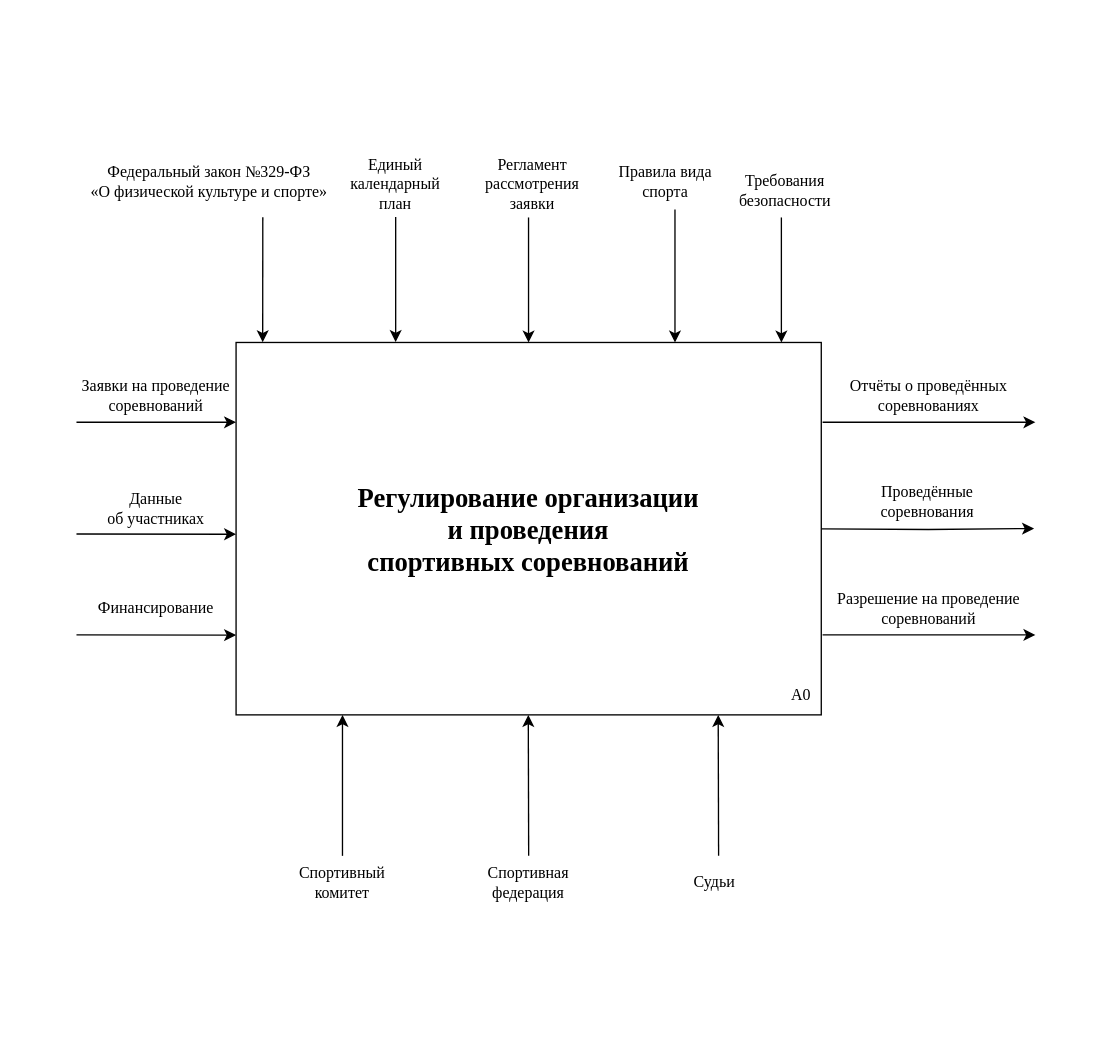
Before: page "IDEF0 (контекстная)" (1 of 11) of Диаграммы ИС «Спортивный комитет».drawio in antonch985/Education, a draw.io diagram. Source tidied: cells renumbered, new cells numbered last; positions are measured from the earlier drawing's top-left corner, leaving out a move shared by most shapes. Both pictures are drawn from the tidied source at 133%, with x=0, y=0 at pixel (76, 145).
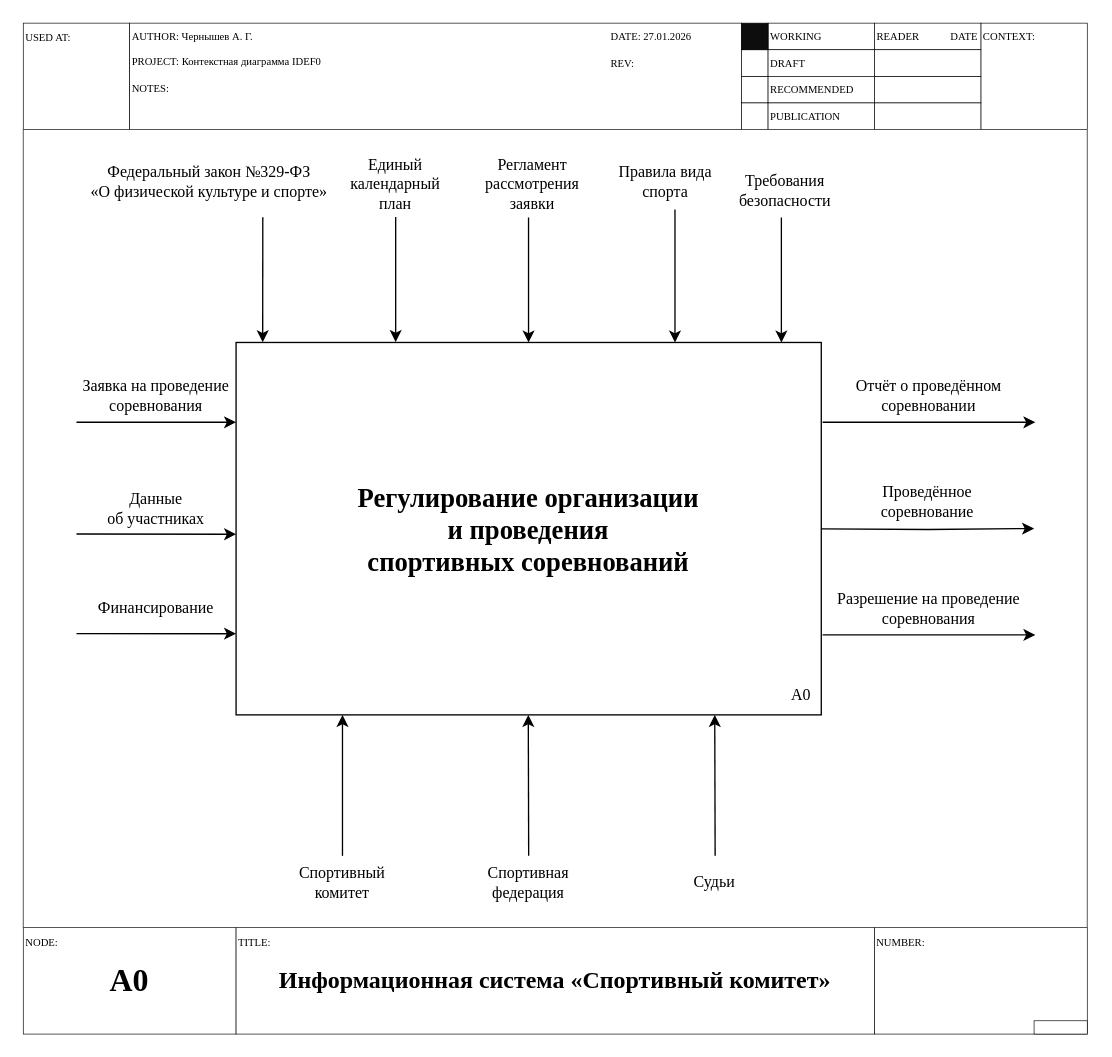
The same diagram, later.

Change to the diagram source:
```diff
@@
-    <mxCell id="15" value="Заявки на проведение соревнований" style="text;html=1;whiteSpace=wrap;strokeColor=none;fillColor=none;align=center;verticalAlign=middle;rounded=0;fontFamily=Times New Roman;" parent="1" vertex="1">
+    <mxCell id="15" value="Заявка на проведение соревнования" style="text;html=1;whiteSpace=wrap;strokeColor=none;fillColor=none;align=center;verticalAlign=middle;rounded=0;fontFamily=Times New Roman;" parent="1" vertex="1">
       <mxGeometry y="168" width="120" height="40" as="geometry" />
     </mxCell>
-    <mxCell id="16" value="Отчёты о проведённых соревнованиях" style="text;html=1;whiteSpace=wrap;strokeColor=none;fillColor=none;align=center;verticalAlign=middle;rounded=0;fontFamily=Times New Roman;" parent="1" vertex="1">
+    <mxCell id="16" value="Отчёт о проведённом соревновании" style="text;html=1;whiteSpace=wrap;strokeColor=none;fillColor=none;align=center;verticalAlign=middle;rounded=0;fontFamily=Times New Roman;" parent="1" vertex="1">
       <mxGeometry x="561" y="168" width="160" height="40" as="geometry" />
     </mxCell>
@@
-    <mxCell id="20" value="Проведённые&lt;div&gt;соревнования&lt;/div&gt;" style="text;html=1;whiteSpace=wrap;strokeColor=none;fillColor=none;align=center;verticalAlign=middle;rounded=0;fontFamily=Times New Roman;" parent="1" vertex="1">
+    <mxCell id="20" value="Проведённое&lt;div&gt;соревнование&lt;/div&gt;" style="text;html=1;whiteSpace=wrap;strokeColor=none;fillColor=none;align=center;verticalAlign=middle;rounded=0;fontFamily=Times New Roman;" parent="1" vertex="1">
       <mxGeometry x="560" y="248" width="160" height="40" as="geometry" />
     </mxCell>
@@
-    <mxCell id="24" value="Разрешение на проведение соревнований" style="text;html=1;whiteSpace=wrap;strokeColor=none;fillColor=none;align=center;verticalAlign=middle;rounded=0;fontFamily=Times New Roman;" parent="1" vertex="1">
+    <mxCell id="24" value="Разрешение на проведение соревнования" style="text;html=1;whiteSpace=wrap;strokeColor=none;fillColor=none;align=center;verticalAlign=middle;rounded=0;fontFamily=Times New Roman;" parent="1" vertex="1">
       <mxGeometry x="561" y="327.9" width="160" height="40" as="geometry" />
     </mxCell>
@@
-    <mxCell id="26" style="endArrow=classic;html=1;rounded=0;entryX=0;entryY=0.5;entryDx=0;entryDy=0;fontFamily=Times New Roman;" parent="1" edge="1">
-      <mxGeometry relative="1" as="geometry">
-        <mxPoint y="367.9" as="sourcePoint" />
-        <mxPoint x="120" y="368" as="targetPoint" />
-      </mxGeometry>
-    </mxCell>
-    <mxCell id="27" value="Финансирование" style="text;html=1;whiteSpace=wrap;strokeColor=none;fillColor=none;align=center;verticalAlign=middle;rounded=0;fontFamily=Times New Roman;" parent="1" vertex="1">
-      <mxGeometry y="327.9" width="120" height="40" as="geometry" />
-    </mxCell>
     <mxCell id="28" style="endArrow=classic;html=1;rounded=0;entryX=0.25;entryY=1;entryDx=0;entryDy=0;fontFamily=Times New Roman;" parent="1" edge="1">
       <mxGeometry relative="1" as="geometry">
-        <mxPoint x="482.8" y="534" as="sourcePoint" />
-        <mxPoint x="482.5" y="428" as="targetPoint" />
+        <mxPoint x="480.2" y="534" as="sourcePoint" />
+        <mxPoint x="479.9" y="428" as="targetPoint" />
       </mxGeometry>
     </mxCell>
@@
+    <mxCell id="32" style="endArrow=none;html=1;rounded=0;strokeWidth=0.5;fontFamily=Times New Roman;entryX=0;entryY=1;entryDx=0;entryDy=0;exitX=0;exitY=0;exitDx=0;exitDy=0;" parent="1" edge="1" source="34" target="42">
+      <mxGeometry relative="1" as="geometry" />
+    </mxCell>
+    <mxCell id="33" style="endArrow=none;html=1;rounded=0;strokeWidth=0.5;exitX=1;exitY=0;exitDx=0;exitDy=0;fontFamily=Times New Roman;entryX=1;entryY=1;entryDx=0;entryDy=0;" parent="1" edge="1" source="36" target="41">
+      <mxGeometry relative="1" as="geometry" />
+    </mxCell>
+    <mxCell id="34" value="A0" style="rounded=0;whiteSpace=wrap;html=1;strokeWidth=0.5;fontSize=24;fontFamily=Times New Roman;fontStyle=1;" parent="1" vertex="1">
+      <mxGeometry x="-40" y="588" width="160" height="80" as="geometry" />
+    </mxCell>
+    <mxCell id="35" value="Информационная система «Спортивный комитет»" style="rounded=0;whiteSpace=wrap;html=1;strokeWidth=0.5;fontSize=18;fontFamily=Times New Roman;fontStyle=1;" parent="1" vertex="1">
+      <mxGeometry x="120" y="588" width="480" height="80" as="geometry" />
+    </mxCell>
+    <mxCell id="36" style="rounded=0;whiteSpace=wrap;html=1;strokeWidth=0.5;fontSize=24;fontFamily=Times New Roman;" parent="1" vertex="1">
+      <mxGeometry x="600" y="588" width="160" height="80" as="geometry" />
+    </mxCell>
+    <mxCell id="37" value="&lt;font style=&quot;font-size: 8px;&quot;&gt;NODE:&lt;/font&gt;" style="text;html=1;whiteSpace=wrap;strokeColor=none;fillColor=none;align=left;verticalAlign=middle;rounded=0;fontFamily=Times New Roman;" parent="1" vertex="1">
+      <mxGeometry x="-40" y="588" width="30" height="20" as="geometry" />
+    </mxCell>
+    <mxCell id="38" value="&lt;span style=&quot;font-size: 8px;&quot;&gt;TITLE:&lt;/span&gt;" style="text;html=1;whiteSpace=wrap;strokeColor=none;fillColor=none;align=left;verticalAlign=middle;rounded=0;fontFamily=Times New Roman;" parent="1" vertex="1">
+      <mxGeometry x="120" y="588" width="30" height="20" as="geometry" />
+    </mxCell>
+    <mxCell id="39" value="&lt;span style=&quot;font-size: 8px;&quot;&gt;NUMBER:&lt;/span&gt;" style="text;html=1;whiteSpace=wrap;strokeColor=none;fillColor=none;align=center;verticalAlign=middle;rounded=0;fontFamily=Times New Roman;" parent="1" vertex="1">
+      <mxGeometry x="600" y="588" width="40" height="20" as="geometry" />
+    </mxCell>
+    <mxCell id="40" style="rounded=0;whiteSpace=wrap;html=1;strokeWidth=0.5;fontFamily=Times New Roman;" parent="1" vertex="1">
+      <mxGeometry x="720" y="658" width="40" height="10" as="geometry" />
+    </mxCell>
+    <mxCell id="41" style="rounded=0;whiteSpace=wrap;html=1;strokeWidth=0.5;fontSize=24;fontFamily=Times New Roman;" parent="1" vertex="1">
+      <mxGeometry x="680" y="-92.1" width="80" height="80" as="geometry" />
+    </mxCell>
+    <mxCell id="42" style="rounded=0;whiteSpace=wrap;html=1;strokeWidth=0.5;fontFamily=Times New Roman;" parent="1" vertex="1">
+      <mxGeometry x="-40" y="-92.1" width="80" height="80" as="geometry" />
+    </mxCell>
+    <mxCell id="43" style="rounded=0;whiteSpace=wrap;html=1;strokeWidth=0.5;fontFamily=Times New Roman;" parent="1" vertex="1">
+      <mxGeometry x="40" y="-92.1" width="460" height="80" as="geometry" />
+    </mxCell>
+    <mxCell id="44" value="&lt;font style=&quot;font-size: 8px;&quot;&gt;USED AT:&lt;/font&gt;" style="text;html=1;whiteSpace=wrap;strokeColor=none;fillColor=none;align=left;verticalAlign=middle;rounded=0;strokeWidth=0.5;fontFamily=Times New Roman;" parent="1" vertex="1">
+      <mxGeometry x="-40" y="-92.1" width="40" height="20" as="geometry" />
+    </mxCell>
+    <mxCell id="45" value="&lt;font&gt;DATE: 27.01.2026&lt;/font&gt;" style="text;html=1;whiteSpace=wrap;strokeColor=none;fillColor=none;align=left;verticalAlign=middle;rounded=0;strokeWidth=0.5;fontSize=8;fontFamily=Times New Roman;" parent="1" vertex="1">
+      <mxGeometry x="400" y="-92.1" width="100" height="20" as="geometry" />
+    </mxCell>
+    <mxCell id="46" value="&lt;span&gt;PROJECT: Контекстная диаграмма IDEF0&lt;/span&gt;" style="text;html=1;whiteSpace=wrap;strokeColor=none;fillColor=none;align=left;verticalAlign=middle;rounded=0;strokeWidth=0.5;fontSize=8;fontFamily=Times New Roman;" parent="1" vertex="1">
+      <mxGeometry x="40" y="-73.4" width="240" height="20" as="geometry" />
+    </mxCell>
+    <mxCell id="47" value="&lt;span&gt;NOTES:&lt;/span&gt;" style="text;html=1;whiteSpace=wrap;strokeColor=none;fillColor=none;align=left;verticalAlign=middle;rounded=0;strokeWidth=0.5;fontSize=8;fontFamily=Times New Roman;" parent="1" vertex="1">
+      <mxGeometry x="40" y="-53.4" width="240" height="20" as="geometry" />
+    </mxCell>
+    <mxCell id="48" value="&lt;font&gt;REV:&lt;/font&gt;" style="text;html=1;whiteSpace=wrap;strokeColor=none;fillColor=none;align=left;verticalAlign=middle;rounded=0;strokeWidth=0.5;fontSize=8;fontFamily=Times New Roman;" parent="1" vertex="1">
+      <mxGeometry x="400" y="-72.1" width="100" height="20" as="geometry" />
+    </mxCell>
+    <mxCell id="49" value="&lt;span&gt;AUTHOR: Чернышев А. Г.&lt;/span&gt;" style="text;html=1;whiteSpace=wrap;strokeColor=none;fillColor=none;align=left;verticalAlign=middle;rounded=0;strokeWidth=0.5;fontSize=8;fontFamily=Times New Roman;" parent="1" vertex="1">
+      <mxGeometry x="40" y="-92.1" width="240" height="20" as="geometry" />
+    </mxCell>
+    <mxCell id="50" style="rounded=0;whiteSpace=wrap;html=1;strokeWidth=0.5;align=left;fontFamily=Times New Roman;" parent="1" vertex="1">
+      <mxGeometry x="500" y="-52.1" width="20" height="20" as="geometry" />
+    </mxCell>
+    <mxCell id="51" style="rounded=0;whiteSpace=wrap;html=1;strokeWidth=0.5;align=left;fontFamily=Times New Roman;" parent="1" vertex="1">
+      <mxGeometry x="500" y="-72.1" width="20" height="20" as="geometry" />
+    </mxCell>
+    <mxCell id="52" style="rounded=0;whiteSpace=wrap;html=1;strokeWidth=0.5;align=left;fontFamily=Times New Roman;" parent="1" vertex="1">
+      <mxGeometry x="500" y="-32.1" width="20" height="20" as="geometry" />
+    </mxCell>
+    <mxCell id="53" value="WORKING" style="rounded=0;whiteSpace=wrap;html=1;strokeWidth=0.5;fontSize=8;align=left;fontFamily=Times New Roman;" parent="1" vertex="1">
+      <mxGeometry x="520" y="-92.1" width="80" height="20" as="geometry" />
+    </mxCell>
+    <mxCell id="54" value="DRAFT" style="rounded=0;whiteSpace=wrap;html=1;strokeWidth=0.5;fontSize=8;align=left;fontFamily=Times New Roman;" parent="1" vertex="1">
+      <mxGeometry x="520" y="-72.1" width="80" height="20" as="geometry" />
+    </mxCell>
+    <mxCell id="55" value="RECOMMENDED" style="rounded=0;whiteSpace=wrap;html=1;strokeWidth=0.5;fontSize=8;align=left;fontFamily=Times New Roman;" parent="1" vertex="1">
+      <mxGeometry x="520" y="-52.1" width="80" height="20" as="geometry" />
+    </mxCell>
+    <mxCell id="56" value="PUBLICATION" style="rounded=0;whiteSpace=wrap;html=1;strokeWidth=0.5;fontSize=8;align=left;fontFamily=Times New Roman;" parent="1" vertex="1">
+      <mxGeometry x="520" y="-32.1" width="80" height="20" as="geometry" />
+    </mxCell>
+    <mxCell id="57" value="READER" style="rounded=0;whiteSpace=wrap;html=1;strokeWidth=0.5;fontSize=8;align=left;fontFamily=Times New Roman;" parent="1" vertex="1">
+      <mxGeometry x="600" y="-92.1" width="80" height="20" as="geometry" />
+    </mxCell>
+    <mxCell id="58" style="rounded=0;whiteSpace=wrap;html=1;strokeWidth=0.5;align=left;fontFamily=Times New Roman;" parent="1" vertex="1">
+      <mxGeometry x="600" y="-52.1" width="80" height="20" as="geometry" />
+    </mxCell>
+    <mxCell id="59" style="rounded=0;whiteSpace=wrap;html=1;strokeWidth=0.5;align=left;fontFamily=Times New Roman;" parent="1" vertex="1">
+      <mxGeometry x="600" y="-72.1" width="80" height="20" as="geometry" />
+    </mxCell>
+    <mxCell id="60" style="rounded=0;whiteSpace=wrap;html=1;strokeWidth=0.5;align=left;fontFamily=Times New Roman;" parent="1" vertex="1">
+      <mxGeometry x="600" y="-32.1" width="80" height="20" as="geometry" />
+    </mxCell>
+    <mxCell id="61" value="DATE" style="text;html=1;whiteSpace=wrap;strokeColor=none;fillColor=none;align=right;verticalAlign=middle;rounded=0;fontSize=8;fontFamily=Times New Roman;" parent="1" vertex="1">
+      <mxGeometry x="650" y="-92.1" width="30" height="20" as="geometry" />
+    </mxCell>
+    <mxCell id="62" value="CONTEXT:" style="text;html=1;whiteSpace=wrap;strokeColor=none;fillColor=none;align=left;verticalAlign=middle;rounded=0;fontSize=8;fontFamily=Times New Roman;" parent="1" vertex="1">
+      <mxGeometry x="680" y="-92.1" width="50" height="20" as="geometry" />
+    </mxCell>
+    <mxCell id="63" style="rounded=0;whiteSpace=wrap;html=1;strokeWidth=0.5;align=left;fontFamily=Times New Roman;labelBackgroundColor=none;fillColor=#0D0D0D;" parent="1" vertex="1">
+      <mxGeometry x="500" y="-92.1" width="20" height="20" as="geometry" />
+    </mxCell>
+    <mxCell id="64" style="endArrow=classic;html=1;rounded=0;entryX=0;entryY=0.5;entryDx=0;entryDy=0;fontFamily=Times New Roman;" parent="1" edge="1">
+      <mxGeometry relative="1" as="geometry">
+        <mxPoint y="366.9" as="sourcePoint" />
+        <mxPoint x="120" y="367" as="targetPoint" />
+      </mxGeometry>
+    </mxCell>
+    <mxCell id="27" value="Финансирование" style="text;html=1;whiteSpace=wrap;strokeColor=none;fillColor=none;align=center;verticalAlign=middle;rounded=0;fontFamily=Times New Roman;" parent="1" vertex="1">
+      <mxGeometry y="327.9" width="120" height="40" as="geometry" />
+    </mxCell>
```
